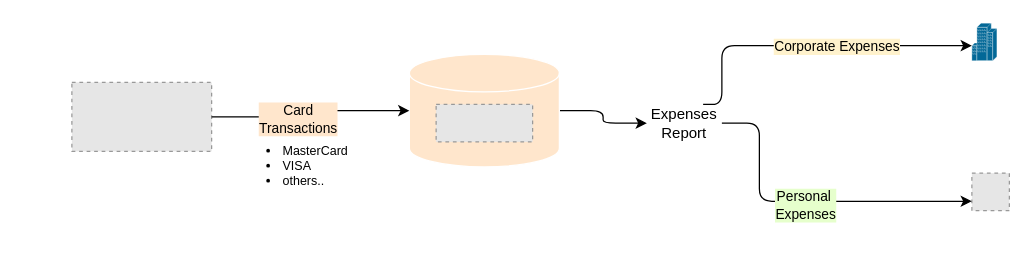
Earlier version of the draw.io diagram Welltech_Expenses.drawio (sandyaroma/sandyaroma). Source tidied: cells renumbered, new cells numbered last; positions are measured from the earlier drawing's top-left corner, leaving out a move shared by most shapes. Both pictures are drawn from the tidied source at 125%, with x=0, y=0 at pixel (71, 22). Pictures stored in the file or linked from it are replaced by grey dashed boxes.
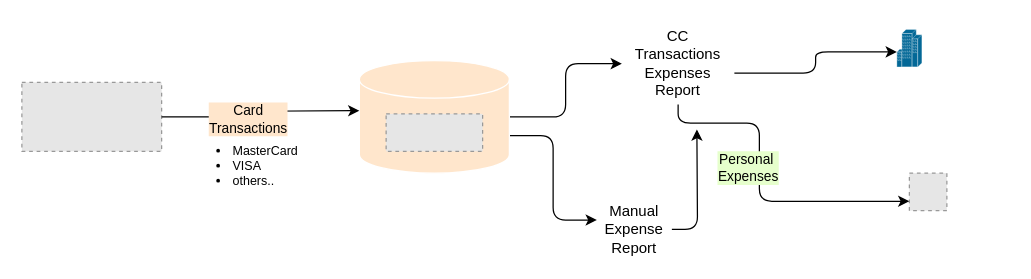
The same diagram, later.

Diff of the diagram source:
```diff
@@
+    <mxCell id="16" style="edgeStyle=orthogonalEdgeStyle;rounded=1;jettySize=auto;html=1;exitX=1;exitY=0;exitDx=0;exitDy=60;exitPerimeter=0;entryX=0;entryY=0.25;entryDx=0;entryDy=0;curved=0;" parent="1" edge="1" source="3" target="18">
+      <mxGeometry relative="1" as="geometry" />
+    </mxCell>
     <mxCell id="3" value="&lt;div&gt;&lt;/div&gt;" style="shape=cylinder3;whiteSpace=wrap;html=1;boundedLbl=1;backgroundOutline=1;size=15;fillColor=#ffe6cc;strokeColor=#FFFFFF;" parent="1" vertex="1">
-      <mxGeometry x="270" y="25" width="120" height="90" as="geometry" />
+      <mxGeometry x="230" y="30" width="120" height="90" as="geometry" />
     </mxCell>
     <mxCell id="4" style="fillColor=#E6E6E6;strokeColor=#999999;dashed=1;verticalLabelPosition=bottom;labelBackgroundColor=default;verticalAlign=top;" parent="1" vertex="1">
-      <mxGeometry y="47.4" width="111.8" height="55.2" as="geometry" />
+      <mxGeometry x="-40" y="47.4" width="111.8" height="55.2" as="geometry" />
     </mxCell>
-    <mxCell id="5" style="edgeStyle=orthogonalEdgeStyle;rounded=0;jettySize=auto;html=1;exitX=1;exitY=0.5;exitDx=0;exitDy=0;entryX=0;entryY=0.5;entryDx=0;entryDy=0;entryPerimeter=0;" parent="1" edge="1" source="4" target="3">
-      <mxGeometry relative="1" as="geometry" />
+    <mxCell id="5" style="edgeStyle=orthogonalEdgeStyle;rounded=0;jettySize=auto;html=1;exitX=1;exitY=0.5;exitDx=0;exitDy=0;entryX=0;entryY=0.5;entryDx=0;entryDy=0;entryPerimeter=0;" parent="1" edge="1" source="4">
+      <mxGeometry relative="1" as="geometry">
+        <mxPoint x="230" y="70" as="targetPoint" />
+      </mxGeometry>
     </mxCell>
@@
     <mxCell id="7" style="fillColor=#E6E6E6;strokeColor=#999999;dashed=1;html=1;verticalAlign=top;verticalLabelPosition=bottom;labelBackgroundColor=#ffffff;" parent="1" vertex="1">
-      <mxGeometry x="720" y="120" width="30" height="30" as="geometry" />
+      <mxGeometry x="670" y="120" width="30" height="30" as="geometry" />
     </mxCell>
     <mxCell id="8" style="shape=mxgraph.cisco.buildings.generic_building;html=1;dashed=0;fillColor=#036897;strokeColor=#ffffff;strokeWidth=2;verticalLabelPosition=bottom;verticalAlign=top;align=center;outlineConnect=0;" parent="1" vertex="1">
-      <mxGeometry x="720" width="20" height="30" as="geometry" />
+      <mxGeometry x="660" y="5" width="20" height="30" as="geometry" />
     </mxCell>
-    <mxCell id="9" style="edgeStyle=orthogonalEdgeStyle;rounded=1;jettySize=auto;html=1;entryX=0;entryY=0.75;entryDx=0;entryDy=0;curved=0;" parent="1" edge="1" source="13" target="7">
+    <mxCell id="9" style="edgeStyle=orthogonalEdgeStyle;rounded=1;jettySize=auto;html=1;entryX=0;entryY=0.75;entryDx=0;entryDy=0;curved=0;" parent="1" edge="1" target="7">
       <mxGeometry relative="1" as="geometry">
+        <mxPoint x="485" y="65" as="sourcePoint" />
         <Array as="points">
           <mxPoint x="550" y="80" />
           <mxPoint x="550" y="143" />
         </Array>
       </mxGeometry>
     </mxCell>
     <mxCell id="10" value="Personal&amp;nbsp;&lt;div&gt;Expenses&lt;/div&gt;" style="edgeLabel;html=1;align=center;verticalAlign=middle;labelBackgroundColor=#E6FFCC;" parent="9" vertex="1">
-      <mxGeometry x="-0.02" y="-3" relative="1" as="geometry" />
+      <mxGeometry x="-0.02" y="-3" relative="1" as="geometry">
+        <mxPoint x="-7" y="-14" as="offset" />
+      </mxGeometry>
     </mxCell>
-    <mxCell id="11" style="edgeStyle=orthogonalEdgeStyle;rounded=1;jettySize=auto;html=1;exitX=0.75;exitY=0;exitDx=0;exitDy=0;entryX=0;entryY=0.6;entryDx=0;entryDy=0;entryPerimeter=0;curved=0;" parent="1" edge="1" source="13" target="8">
-      <mxGeometry relative="1" as="geometry">
-        <Array as="points">
-          <mxPoint x="520" y="65" />
-          <mxPoint x="520" y="18" />
-        </Array>
-      </mxGeometry>
-    </mxCell>
-    <mxCell id="12" value="Corporate Expenses" style="edgeLabel;html=1;align=center;verticalAlign=middle;labelBackgroundColor=#FFF2CC;" parent="11" vertex="1">
-      <mxGeometry x="0.17" relative="1" as="geometry" />
-    </mxCell>
-    <mxCell id="13" value="Expenses&lt;div&gt;Report&lt;/div&gt;" style="text;html=1;align=center;verticalAlign=middle;whiteSpace=wrap;rounded=0;" parent="1" vertex="1">
-      <mxGeometry x="460" y="65" width="60" height="30" as="geometry" />
+    <mxCell id="13" value="&lt;div&gt;CC Transactions&lt;/div&gt;Expenses&lt;div&gt;Report&lt;/div&gt;" style="text;html=1;align=center;verticalAlign=middle;whiteSpace=wrap;rounded=0;" parent="1" vertex="1">
+      <mxGeometry x="440" y="17.4" width="90" height="30" as="geometry" />
     </mxCell>
     <mxCell id="14" style="fillColor=#E6E6E6;strokeColor=#999999;dashed=1;verticalLabelPosition=bottom;labelBackgroundColor=default;verticalAlign=top;" parent="1" vertex="1">
-      <mxGeometry x="291.4" y="65" width="77.2" height="30" as="geometry" />
+      <mxGeometry x="251.4" y="72.6" width="77.2" height="30" as="geometry" />
     </mxCell>
     <mxCell id="15" value="&lt;ul style=&quot;font-size: 10px;&quot;&gt;&lt;li&gt;MasterCard&lt;/li&gt;&lt;li&gt;VISA&lt;/li&gt;&lt;li&gt;others..&lt;/li&gt;&lt;/ul&gt;" style="text;html=1;align=left;verticalAlign=middle;whiteSpace=wrap;rounded=0;" parent="1" vertex="1">
-      <mxGeometry x="127" y="91.6" width="70" height="45" as="geometry" />
+      <mxGeometry x="87" y="91.6" width="70" height="45" as="geometry" />
     </mxCell>
+    <mxCell id="17" style="edgeStyle=orthogonalEdgeStyle;rounded=1;jettySize=auto;html=1;exitX=1;exitY=0.5;exitDx=0;exitDy=0;curved=0;" parent="1" edge="1" source="18">
+      <mxGeometry relative="1" as="geometry">
+        <mxPoint x="500" y="85" as="targetPoint" />
+      </mxGeometry>
+    </mxCell>
+    <mxCell id="18" value="Manual Expense Report" style="text;html=1;align=center;verticalAlign=middle;whiteSpace=wrap;rounded=0;" parent="1" vertex="1">
+      <mxGeometry x="420" y="150" width="60" height="30" as="geometry" />
+    </mxCell>
+    <mxCell id="11" style="edgeStyle=orthogonalEdgeStyle;rounded=1;jettySize=auto;html=1;exitX=1;exitY=0.75;exitDx=0;exitDy=0;entryX=0;entryY=0.6;entryDx=0;entryDy=0;entryPerimeter=0;curved=0;" parent="1" edge="1" source="13" target="8">
+      <mxGeometry relative="1" as="geometry" />
+    </mxCell>
```
